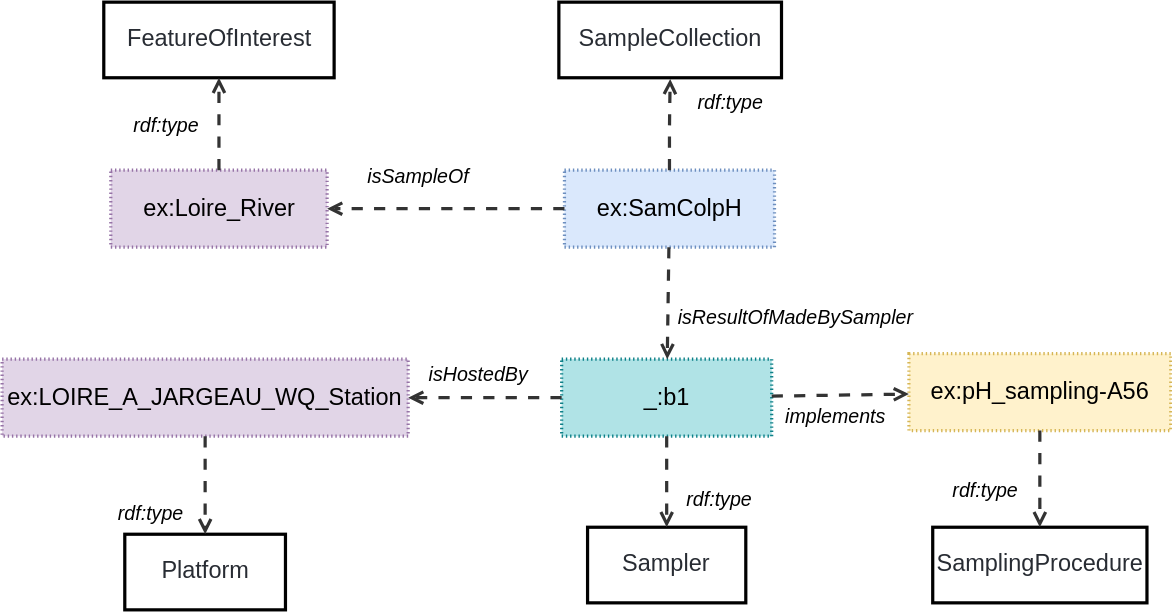
Earlier version of the draw.io export ssn/images/PlannedSampleCollection.svg (w3c/sdw-sosa-ssn). Source tidied: cells renumbered, new cells last; positions are measured from the earlier drawing's top-left corner, leaving out a move shared by most shapes.
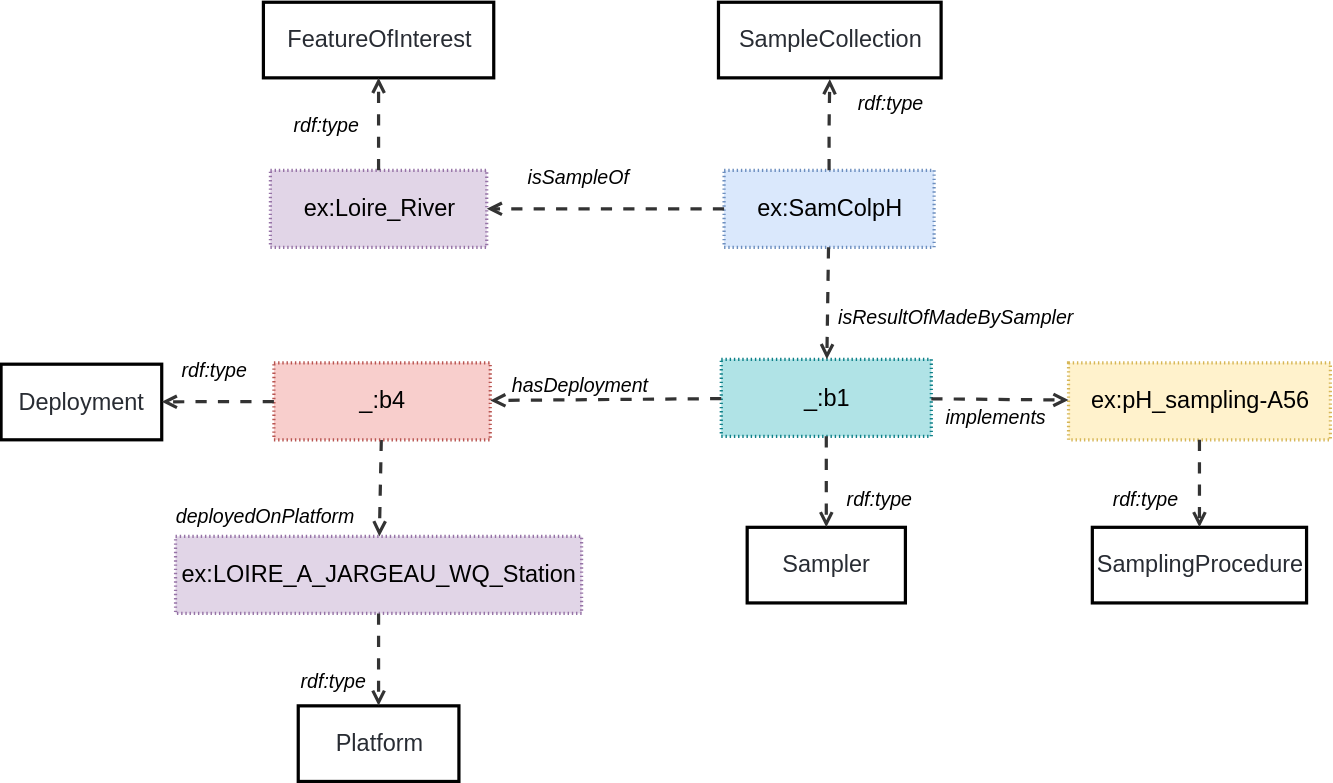
After the change.

Commit message:
Add a Deployment into the sample collection plan

Change to the diagram source:
```diff
@@ -42,7 +42,7 @@
       <mxGeometry relative="1" as="geometry" />
     </mxCell>
     <mxCell id="15" value="rdf:type" style="html=1;overflow=block;blockSpacing=1;whiteSpace=wrap;fontSize=14;fontStyle=2;align=center;spacing=0;strokeColor=none;strokeOpacity=100;fillOpacity=100;fillColor=none;strokeWidth=2.3;lucidId=ZyNQdXScJ7d8;" parent="1" vertex="1">
-      <mxGeometry x="664.6" y="334" width="75" height="30" as="geometry" />
+      <mxGeometry x="664.6" y="340" width="75" height="30" as="geometry" />
     </mxCell>
     <mxCell id="16" style="html=1;jettySize=18;whiteSpace=wrap;fontSize=13;strokeColor=#333333;strokeOpacity=100;dashed=1;fixDash=1;dashPattern=8 8;strokeWidth=2.3;rounded=1;arcSize=24;startArrow=none;endArrow=open;lucidId=NyNQDuX1wnY7;" parent="1" edge="1" source="2" target="12">
       <mxGeometry relative="1" as="geometry" />
@@ -51,25 +51,25 @@
       <mxGeometry x="482.6" y="210" width="75" height="30" as="geometry" />
     </mxCell>
     <mxCell id="18" value="ex:LOIRE_A_JARGEAU_WQ_Station" style="html=1;overflow=block;blockSpacing=1;whiteSpace=wrap;fontSize=16.8;align=center;spacing=0;strokeOpacity=100;fillColor=#e1d5e7;dashed=1;fixDash=1;dashPattern=1 2;strokeWidth=2.3;strokeColor=#9673a6;" parent="1" vertex="1">
-      <mxGeometry y="255" width="290" height="55" as="geometry" />
+      <mxGeometry x="9.9" y="381.5" width="290" height="55" as="geometry" />
     </mxCell>
     <mxCell id="19" value="Platform" style="html=1;overflow=block;blockSpacing=1;whiteSpace=wrap;fontSize=16.8;fontColor=#282c33;align=center;spacing=0;strokeOpacity=100;fillColor=none;strokeWidth=2.3;" parent="1" vertex="1">
-      <mxGeometry x="87.6" y="380" width="114.8" height="54" as="geometry" />
+      <mxGeometry x="97.5" y="502.5" width="114.8" height="54" as="geometry" />
     </mxCell>
     <mxCell id="20" value="rdf:type" style="html=1;overflow=block;blockSpacing=1;whiteSpace=wrap;fontSize=14;fontStyle=2;align=center;spacing=0;strokeColor=none;strokeOpacity=100;fillOpacity=100;fillColor=none;strokeWidth=2.3;lucidId=-xNQJ~mzVZk9;" parent="1" vertex="1">
-      <mxGeometry x="68.9" y="350" width="75" height="30" as="geometry" />
+      <mxGeometry x="84.9" y="470" width="75" height="30" as="geometry" />
     </mxCell>
     <mxCell id="21" style="html=1;jettySize=18;whiteSpace=wrap;fontSize=13;strokeColor=#333333;strokeOpacity=100;dashed=1;fixDash=1;dashPattern=8 8;strokeWidth=2.3;rounded=0;startArrow=none;endArrow=open;lucidId=XvNQ3zJcAKRb;" parent="1" edge="1" source="18" target="19">
       <mxGeometry relative="1" as="geometry" />
     </mxCell>
-    <mxCell id="22" style="html=1;jettySize=18;whiteSpace=wrap;fontSize=13;strokeColor=#333333;strokeOpacity=100;dashed=1;fixDash=1;dashPattern=8 8;strokeWidth=2.3;rounded=0;arcSize=24;startArrow=none;endArrow=open;lucidId=a.MQUB3mGXbf;" parent="1" edge="1" source="12" target="18">
+    <mxCell id="22" style="html=1;jettySize=18;whiteSpace=wrap;fontSize=13;strokeColor=#333333;strokeOpacity=100;dashed=1;fixDash=1;dashPattern=8 8;strokeWidth=2.3;rounded=0;arcSize=24;startArrow=none;endArrow=open;lucidId=a.MQUB3mGXbf;" parent="1" edge="1" source="30" target="18">
       <mxGeometry relative="1" as="geometry" />
     </mxCell>
-    <mxCell id="23" value="isHostedBy" style="html=1;overflow=block;blockSpacing=1;whiteSpace=wrap;fontSize=14;fontStyle=2;align=center;spacing=0;strokeColor=none;strokeOpacity=100;fillOpacity=100;fillColor=none;strokeWidth=2.3;lucidId=a.MQIzYVmevB;" parent="1" vertex="1">
-      <mxGeometry x="302.6" y="251" width="75" height="30" as="geometry" />
+    <mxCell id="23" value="deployedOnPlatform" style="html=1;overflow=block;blockSpacing=1;whiteSpace=wrap;fontSize=14;fontStyle=2;align=center;spacing=0;strokeColor=none;strokeOpacity=100;fillOpacity=100;fillColor=none;strokeWidth=2.3;lucidId=a.MQIzYVmevB;" parent="1" vertex="1">
+      <mxGeometry x="9.9" y="351.5" width="75" height="30" as="geometry" />
     </mxCell>
     <mxCell id="24" value="ex:pH_sampling-A56" style="html=1;overflow=block;blockSpacing=1;whiteSpace=wrap;fontSize=16.8;align=center;spacing=0;strokeOpacity=100;fillColor=#fff2cc;dashed=1;fixDash=1;dashPattern=1 2;strokeWidth=2.3;strokeColor=#d6b656;" parent="1" vertex="1">
-      <mxGeometry x="647.6" y="251" width="187" height="55" as="geometry" />
+      <mxGeometry x="647.6" y="257.5" width="187" height="55" as="geometry" />
     </mxCell>
     <mxCell id="25" value="SamplingProcedure" style="html=1;overflow=block;blockSpacing=1;whiteSpace=wrap;fontSize=16.8;fontColor=#282c33;align=center;spacing=0;strokeOpacity=100;fillColor=none;strokeWidth=2.3;" parent="1" vertex="1">
       <mxGeometry x="664.6" y="375" width="153" height="54" as="geometry" />
@@ -86,5 +86,23 @@
     <mxCell id="29" value="implements" style="html=1;overflow=block;blockSpacing=1;whiteSpace=wrap;fontSize=14;fontStyle=2;align=center;spacing=0;strokeColor=none;strokeOpacity=100;fillOpacity=100;fillColor=none;strokeWidth=2.3;lucidId=ZyNQdXScJ7d8;" parent="1" vertex="1">
       <mxGeometry x="557.6" y="281" width="75" height="30" as="geometry" />
     </mxCell>
+    <mxCell id="30" value="_:b4" style="html=1;overflow=block;blockSpacing=1;whiteSpace=wrap;fontSize=16.8;align=center;spacing=0;strokeOpacity=100;fillColor=#f8cecc;dashed=1;fixDash=1;dashPattern=1 2;strokeWidth=2.3;strokeColor=#b85450;" parent="1" vertex="1">
+      <mxGeometry x="80.1" y="257.5" width="154.5" height="55" as="geometry" />
+    </mxCell>
+    <mxCell id="31" value="Deployment" style="html=1;overflow=block;blockSpacing=1;whiteSpace=wrap;fontSize=16.8;fontColor=#282c33;align=center;spacing=0;strokeOpacity=100;fillColor=none;strokeWidth=2.3;" parent="1" vertex="1">
+      <mxGeometry x="-114.8" y="258.5" width="114.8" height="54" as="geometry" />
+    </mxCell>
+    <mxCell id="32" value="rdf:type" style="html=1;overflow=block;blockSpacing=1;whiteSpace=wrap;fontSize=14;fontStyle=2;align=center;spacing=0;strokeColor=none;strokeOpacity=100;fillOpacity=100;fillColor=none;strokeWidth=2.3;lucidId=-xNQJ~mzVZk9;" parent="1" vertex="1">
+      <mxGeometry y="247.5" width="75" height="30" as="geometry" />
+    </mxCell>
+    <mxCell id="33" style="html=1;jettySize=18;whiteSpace=wrap;fontSize=13;strokeColor=#333333;strokeOpacity=100;dashed=1;fixDash=1;dashPattern=8 8;strokeWidth=2.3;rounded=0;startArrow=none;endArrow=open;lucidId=XvNQ3zJcAKRb;" parent="1" edge="1" source="30" target="31">
+      <mxGeometry relative="1" as="geometry" />
+    </mxCell>
+    <mxCell id="34" style="html=1;jettySize=18;whiteSpace=wrap;fontSize=13;strokeColor=#333333;strokeOpacity=100;dashed=1;fixDash=1;dashPattern=8 8;strokeWidth=2.3;rounded=0;arcSize=24;startArrow=none;endArrow=open;lucidId=a.MQUB3mGXbf;" parent="1" edge="1" source="12" target="30">
+      <mxGeometry relative="1" as="geometry" />
+    </mxCell>
+    <mxCell id="35" value="hasDeployment" style="html=1;overflow=block;blockSpacing=1;whiteSpace=wrap;fontSize=14;fontStyle=2;align=center;spacing=0;strokeColor=none;strokeOpacity=100;fillOpacity=100;fillColor=none;strokeWidth=2.3;lucidId=a.MQIzYVmevB;" parent="1" vertex="1">
+      <mxGeometry x="250" y="257.5" width="75" height="30" as="geometry" />
+    </mxCell>
   </root>
 </mxGraphModel>
```
